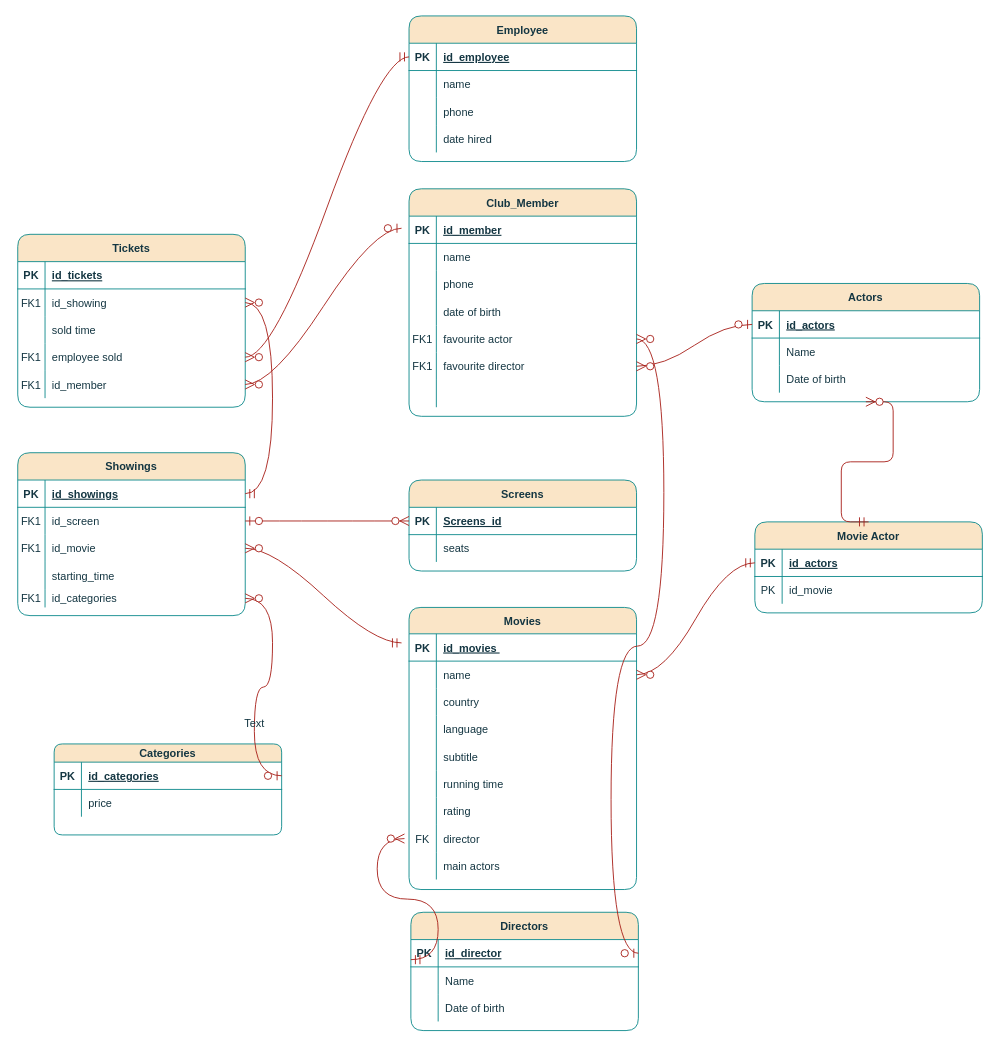
Above: Untitled Diagram.drawio in jean-rocha1/jean-rocha1 (draw.io), before the change. Source tidied: cells renumbered, new cells numbered last; positions are measured from the earlier drawing's top-left corner, leaving out a move shared by most shapes. Both pictures are drawn from the tidied source at 91%, with x=0, y=0 at pixel (17, 15).
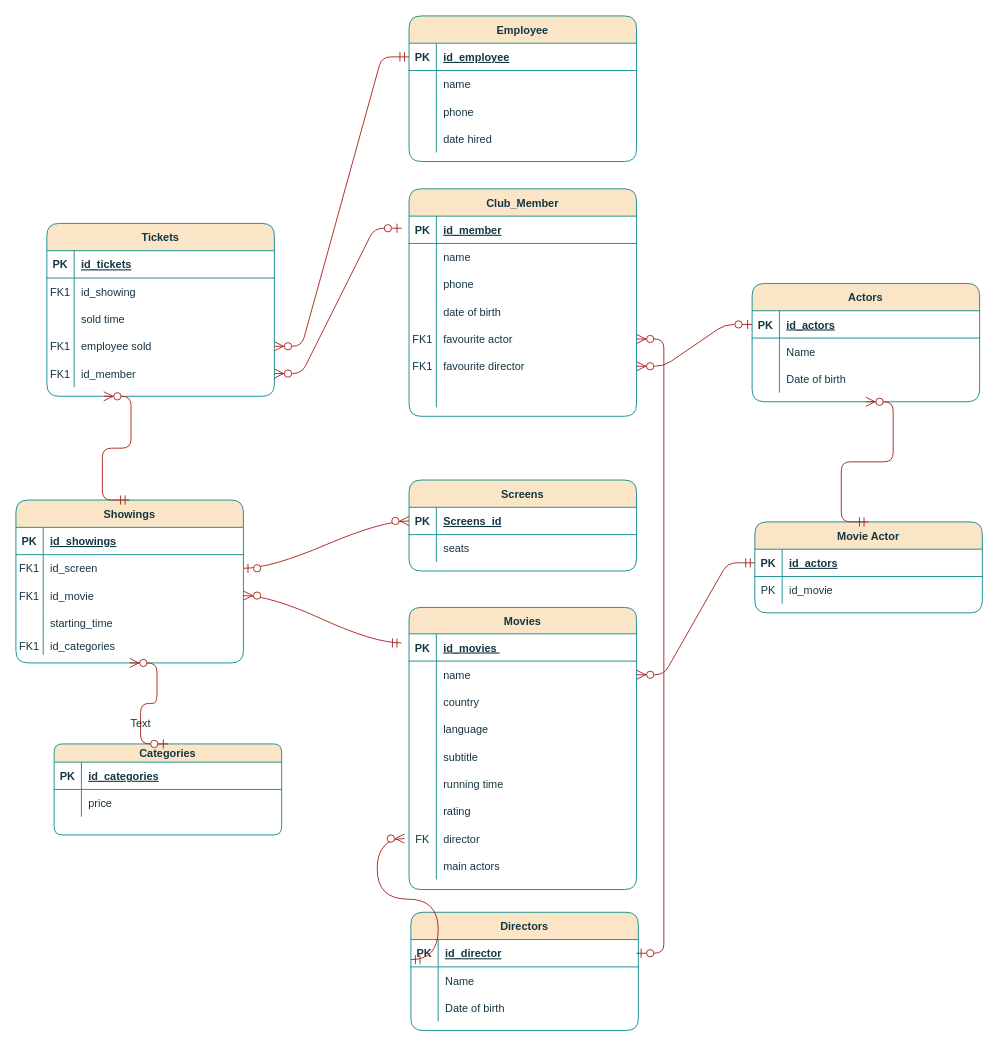
Above is the later version.

The change refers to these unchanged cells:
```xml
<mxCell id="6" style="shape=partialRectangle;fillColor=none;points=[[0,0.5],[1,0.5]];portConstraint=eastwest;top=0;left=0;right=0;bottom=0;labelBackgroundColor=none;strokeColor=#0F8B8D;fontColor=#143642;rounded=1;" parent="2" vertex="1">
  <mxGeometry y="59" width="250" height="30" as="geometry" />
</mxCell>
<mxCell id="31" style="shape=partialRectangle;fillColor=none;points=[[0,0.5],[1,0.5]];portConstraint=eastwest;top=0;left=0;right=0;bottom=1;labelBackgroundColor=none;strokeColor=#0F8B8D;fontColor=#143642;rounded=1;" parent="30" vertex="1">
  <mxGeometry y="30" width="250" height="30" as="geometry" />
</mxCell>
<mxCell id="48" style="shape=partialRectangle;fillColor=none;points=[[0,0.5],[1,0.5]];portConstraint=eastwest;top=0;left=0;right=0;bottom=1;labelBackgroundColor=none;strokeColor=#0F8B8D;fontColor=#143642;rounded=1;" parent="47" vertex="1">
  <mxGeometry y="30" width="250" height="30" as="geometry" />
</mxCell>
<mxCell id="58" style="shape=partialRectangle;fillColor=none;points=[[0,0.5],[1,0.5]];portConstraint=eastwest;top=0;left=0;right=0;bottom=1;labelBackgroundColor=none;strokeColor=#0F8B8D;fontColor=#143642;rounded=1;" parent="57" vertex="1">
  <mxGeometry y="30" width="250" height="30" as="geometry" />
</mxCell>
<mxCell id="70" style="shape=partialRectangle;fillColor=none;points=[[0,0.5],[1,0.5]];portConstraint=eastwest;top=0;left=0;right=0;bottom=0;labelBackgroundColor=none;strokeColor=#0F8B8D;fontColor=#143642;rounded=1;" parent="57" vertex="1">
  <mxGeometry y="150" width="250" height="20" as="geometry" />
</mxCell>
<mxCell id="73" value="Categories" style="shape=table;startSize=20;childLayout=tableLayout;rowLines=0;fontStyle=1;align=center;labelBackgroundColor=none;fillColor=#FAE5C7;strokeColor=#0F8B8D;fontColor=#143642;rounded=1;" parent="1" vertex="1">
  <mxGeometry x="40" y="800" width="250" height="100" as="geometry" />
</mxCell>
<mxCell id="74" style="shape=partialRectangle;fillColor=none;points=[[0,0.5],[1,0.5]];portConstraint=eastwest;top=0;left=0;right=0;bottom=1;labelBackgroundColor=none;strokeColor=#0F8B8D;fontColor=#143642;rounded=1;" parent="73" vertex="1">
  <mxGeometry y="20" width="250" height="30" as="geometry" />
</mxCell>
<mxCell id="84" style="shape=partialRectangle;fillColor=none;points=[[0,0.5],[1,0.5]];portConstraint=eastwest;top=0;left=0;right=0;bottom=0;labelBackgroundColor=none;strokeColor=#0F8B8D;fontColor=#143642;rounded=1;" parent="80" vertex="1">
  <mxGeometry y="60" width="250" height="30" as="geometry" />
</mxCell>
<mxCell id="90" style="shape=partialRectangle;fillColor=none;points=[[0,0.5],[1,0.5]];portConstraint=eastwest;top=0;left=0;right=0;bottom=0;labelBackgroundColor=none;strokeColor=#0F8B8D;fontColor=#143642;rounded=1;" parent="80" vertex="1">
  <mxGeometry y="120" width="250" height="30" as="geometry" />
</mxCell>
<mxCell id="93" style="shape=partialRectangle;fillColor=none;points=[[0,0.5],[1,0.5]];portConstraint=eastwest;top=0;left=0;right=0;bottom=0;labelBackgroundColor=none;strokeColor=#0F8B8D;fontColor=#143642;rounded=1;" parent="80" vertex="1">
  <mxGeometry y="150" width="250" height="30" as="geometry" />
</mxCell>
<mxCell id="97" style="shape=partialRectangle;fillColor=none;points=[[0,0.5],[1,0.5]];portConstraint=eastwest;top=0;left=0;right=0;bottom=1;labelBackgroundColor=none;strokeColor=#0F8B8D;fontColor=#143642;rounded=1;" parent="96" vertex="1">
  <mxGeometry y="30" width="250" height="30" as="geometry" />
</mxCell>
<mxCell id="110" style="shape=partialRectangle;fillColor=none;points=[[0,0.5],[1,0.5]];portConstraint=eastwest;top=0;left=0;right=0;bottom=1;labelBackgroundColor=none;strokeColor=#0F8B8D;fontColor=#143642;rounded=1;" parent="109" vertex="1">
  <mxGeometry y="30" width="250" height="30" as="geometry" />
</mxCell>
<mxCell id="122" style="shape=partialRectangle;fillColor=none;points=[[0,0.5],[1,0.5]];portConstraint=eastwest;top=0;left=0;right=0;bottom=0;labelBackgroundColor=none;strokeColor=#0F8B8D;fontColor=#143642;rounded=1;" parent="109" vertex="1">
  <mxGeometry y="150" width="250" height="30" as="geometry" />
</mxCell>
<mxCell id="125" style="shape=partialRectangle;fillColor=none;points=[[0,0.5],[1,0.5]];portConstraint=eastwest;top=0;left=0;right=0;bottom=0;labelBackgroundColor=none;strokeColor=#0F8B8D;fontColor=#143642;rounded=1;" parent="109" vertex="1">
  <mxGeometry y="180" width="250" height="30" as="geometry" />
</mxCell>
<mxCell id="142" style="shape=partialRectangle;fillColor=none;points=[[0,0.5],[1,0.5]];portConstraint=eastwest;top=0;left=0;right=0;bottom=1;labelBackgroundColor=none;strokeColor=#0F8B8D;fontColor=#143642;rounded=1;" parent="141" vertex="1">
  <mxGeometry y="30" width="250" height="30" as="geometry" />
</mxCell>
```

Diff of the diagram source:
```diff
@@
     <mxCell id="57" value="Showings" style="shape=table;startSize=30;childLayout=tableLayout;rowLines=0;fontStyle=1;align=center;labelBackgroundColor=none;fillColor=#FAE5C7;strokeColor=#0F8B8D;fontColor=#143642;rounded=1;" parent="1" vertex="1">
-      <mxGeometry y="480" width="250" height="179" as="geometry" />
+      <mxGeometry x="-2" y="532" width="250" height="179" as="geometry" />
     </mxCell>
@@
     <mxCell id="80" value="Tickets" style="shape=table;startSize=30;childLayout=tableLayout;rowLines=0;fontStyle=1;align=center;labelBackgroundColor=none;fillColor=#FAE5C7;strokeColor=#0F8B8D;fontColor=#143642;rounded=1;" parent="1" vertex="1">
-      <mxGeometry y="240" width="250" height="190" as="geometry" />
+      <mxGeometry x="32" y="228" width="250" height="190" as="geometry" />
     </mxCell>
@@
-    <mxCell id="131" style="edgeStyle=entityRelationEdgeStyle;fontSize=12;html=1;endArrow=ERzeroToMany;startArrow=ERmandOne;rounded=1;startSize=8;endSize=8;curved=1;exitX=1;exitY=0.5;exitDx=0;exitDy=0;entryX=1;entryY=0.5;entryDx=0;entryDy=0;labelBackgroundColor=none;fontColor=default;strokeColor=#A8201A;" parent="1" edge="1" source="58" target="84">
+    <mxCell id="131" style="edgeStyle=entityRelationEdgeStyle;fontSize=12;html=1;endArrow=ERzeroToMany;startArrow=ERmandOne;rounded=1;startSize=8;endSize=8;curved=0;labelBackgroundColor=none;fontColor=default;strokeColor=#A8201A;exitX=0.5;exitY=0;exitDx=0;exitDy=0;entryX=0.25;entryY=1;entryDx=0;entryDy=0;" parent="1" edge="1" source="57" target="80">
       <mxGeometry relative="1" as="geometry">
         <Array as="points">
           <mxPoint x="210" y="1850" />
+          <mxPoint x="-43" y="469" />
+          <mxPoint x="-15" y="465" />
           <mxPoint x="290" y="360" />
           <mxPoint x="10" y="310" />
           <mxPoint x="360" y="490" />
         </Array>
       </mxGeometry>
     </mxCell>
-    <mxCell id="132" style="edgeStyle=entityRelationEdgeStyle;fontSize=12;html=1;endArrow=ERzeroToMany;startArrow=ERzeroToOne;rounded=1;startSize=8;endSize=8;curved=1;labelBackgroundColor=none;fontColor=default;strokeColor=#A8201A;entryX=1;entryY=0.5;entryDx=0;entryDy=0;exitX=1;exitY=0.5;exitDx=0;exitDy=0;" parent="1" edge="1" source="74" target="70">
+    <mxCell id="132" style="edgeStyle=entityRelationEdgeStyle;fontSize=12;html=1;endArrow=ERzeroToMany;startArrow=ERzeroToOne;rounded=1;startSize=8;endSize=8;curved=0;labelBackgroundColor=none;fontColor=default;strokeColor=#A8201A;entryX=0.5;entryY=1;entryDx=0;entryDy=0;exitX=0.5;exitY=0;exitDx=0;exitDy=0;" parent="1" edge="1" source="73" target="57">
       <mxGeometry relative="1" as="geometry">
         <Array as="points">
           <mxPoint x="110" y="730" />
           <mxPoint x="120" y="760" />
           <mxPoint x="330" y="738" />
           <mxPoint x="260" y="780" />
           <mxPoint x="310" y="790" />
         </Array>
       </mxGeometry>
     </mxCell>
@@
-    <mxCell id="136" style="edgeStyle=entityRelationEdgeStyle;fontSize=12;html=1;endArrow=ERzeroToMany;startArrow=ERmandOne;rounded=1;startSize=8;endSize=8;curved=1;exitX=0;exitY=0.5;exitDx=0;exitDy=0;entryX=1;entryY=0.5;entryDx=0;entryDy=0;labelBackgroundColor=none;fontColor=default;strokeColor=#A8201A;" parent="1" edge="1" source="97" target="90">
+    <mxCell id="136" style="edgeStyle=entityRelationEdgeStyle;fontSize=12;html=1;endArrow=ERzeroToMany;startArrow=ERmandOne;rounded=1;startSize=8;endSize=8;curved=0;exitX=0;exitY=0.5;exitDx=0;exitDy=0;entryX=1;entryY=0.5;entryDx=0;entryDy=0;labelBackgroundColor=none;fontColor=default;strokeColor=#A8201A;" parent="1" edge="1" source="97" target="90">
       <mxGeometry relative="1" as="geometry" />
     </mxCell>
-    <mxCell id="137" style="edgeStyle=entityRelationEdgeStyle;fontSize=12;html=1;endArrow=ERzeroToMany;startArrow=ERzeroToOne;rounded=1;startSize=8;endSize=8;curved=1;exitX=-0.033;exitY=0.444;exitDx=0;exitDy=0;exitPerimeter=0;entryX=1;entryY=0.5;entryDx=0;entryDy=0;labelBackgroundColor=none;fontColor=default;strokeColor=#A8201A;" parent="1" edge="1" source="110" target="93">
+    <mxCell id="137" style="edgeStyle=entityRelationEdgeStyle;fontSize=12;html=1;endArrow=ERzeroToMany;startArrow=ERzeroToOne;rounded=1;startSize=8;endSize=8;curved=0;exitX=-0.033;exitY=0.444;exitDx=0;exitDy=0;exitPerimeter=0;entryX=1;entryY=0.5;entryDx=0;entryDy=0;labelBackgroundColor=none;fontColor=default;strokeColor=#A8201A;" parent="1" edge="1" source="110" target="93">
       <mxGeometry relative="1" as="geometry">
         <Array as="points">
           <mxPoint x="400" y="250" />
           <mxPoint x="420" y="230" />
           <mxPoint x="350" y="260" />
         </Array>
       </mxGeometry>
     </mxCell>
-    <mxCell id="138" style="edgeStyle=entityRelationEdgeStyle;fontSize=12;html=1;endArrow=ERzeroToMany;startArrow=ERzeroToOne;rounded=1;startSize=8;endSize=8;curved=1;entryX=1;entryY=0.5;entryDx=0;entryDy=0;exitX=1;exitY=0.5;exitDx=0;exitDy=0;labelBackgroundColor=none;fontColor=default;strokeColor=#A8201A;" parent="1" edge="1" source="31" target="122">
-      <mxGeometry relative="1" as="geometry" />
+    <mxCell id="138" style="edgeStyle=entityRelationEdgeStyle;fontSize=12;html=1;endArrow=ERzeroToMany;startArrow=ERzeroToOne;rounded=1;startSize=8;endSize=8;curved=0;entryX=1;entryY=0.5;entryDx=0;entryDy=0;labelBackgroundColor=none;fontColor=default;strokeColor=#A8201A;" parent="1" edge="1" target="122">
+      <mxGeometry relative="1" as="geometry">
+        <mxPoint x="680" y="1030" as="sourcePoint" />
+        <Array as="points">
+          <mxPoint x="786" y="774" />
+        </Array>
+      </mxGeometry>
     </mxCell>
-    <mxCell id="139" style="edgeStyle=entityRelationEdgeStyle;fontSize=12;html=1;endArrow=ERzeroToMany;startArrow=ERzeroToOne;rounded=1;startSize=8;endSize=8;curved=1;entryX=1;entryY=0.5;entryDx=0;entryDy=0;exitX=0;exitY=0.5;exitDx=0;exitDy=0;labelBackgroundColor=none;fontColor=default;strokeColor=#A8201A;" parent="1" edge="1" source="48" target="125">
+    <mxCell id="139" style="edgeStyle=entityRelationEdgeStyle;fontSize=12;html=1;endArrow=ERzeroToMany;startArrow=ERzeroToOne;rounded=1;startSize=8;endSize=8;curved=0;entryX=1;entryY=0.5;entryDx=0;entryDy=0;exitX=0;exitY=0.5;exitDx=0;exitDy=0;labelBackgroundColor=none;fontColor=default;strokeColor=#A8201A;" parent="1" edge="1" source="48" target="125">
       <mxGeometry relative="1" as="geometry" />
     </mxCell>
@@
-    <mxCell id="148" style="edgeStyle=entityRelationEdgeStyle;fontSize=12;html=1;endArrow=ERzeroToMany;startArrow=ERmandOne;rounded=1;startSize=8;endSize=8;curved=1;exitX=0;exitY=0.5;exitDx=0;exitDy=0;entryX=1;entryY=0.5;entryDx=0;entryDy=0;labelBackgroundColor=none;fontColor=default;strokeColor=#A8201A;" parent="1" edge="1" source="142" target="6">
+    <mxCell id="148" style="edgeStyle=entityRelationEdgeStyle;fontSize=12;html=1;endArrow=ERzeroToMany;startArrow=ERmandOne;rounded=1;startSize=8;endSize=8;curved=0;exitX=0;exitY=0.5;exitDx=0;exitDy=0;entryX=1;entryY=0.5;entryDx=0;entryDy=0;labelBackgroundColor=none;fontColor=default;strokeColor=#A8201A;" parent="1" edge="1" source="142" target="6">
       <mxGeometry relative="1" as="geometry" />
     </mxCell>
```
